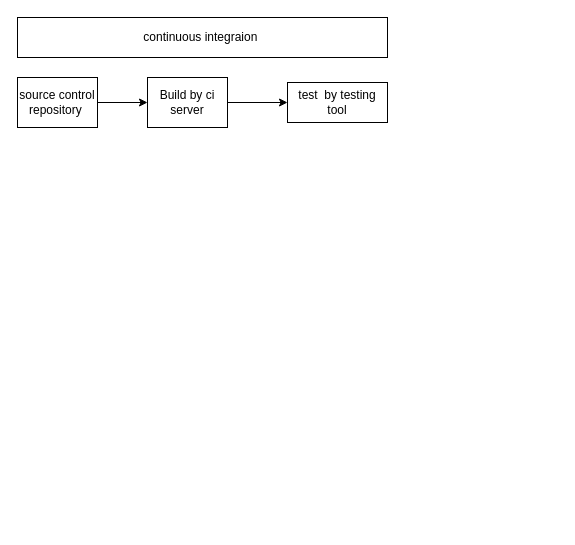
This is Untitled Diagram.drawio from sidhesh91/demo1, a draw.io file, before an edit. Source tidied: cells renumbered, new cells numbered last; positions are measured from the earlier drawing's top-left corner, leaving out a move shared by most shapes. Both pictures are drawn from the tidied source at 100%, with x=0, y=0 at pixel (17, 17).
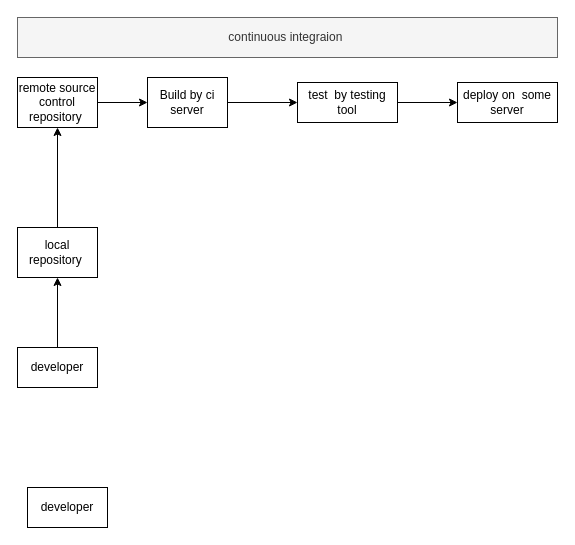
Above is the later version.

What changed in the source:
```diff
@@
 <mxGraphModel>
   <root>
     <mxCell id="0" />
     <mxCell id="1" parent="0" />
     <mxCell id="2" style="edgeStyle=orthogonalEdgeStyle;rounded=0;jettySize=auto;html=1;" parent="1" edge="1" source="3" target="5">
       <mxGeometry relative="1" as="geometry" />
     </mxCell>
-    <mxCell id="3" value="source control repository&amp;nbsp;" style="rounded=0;whiteSpace=wrap;html=1;" parent="1" vertex="1">
+    <mxCell id="3" value="remote source control repository&amp;nbsp;" style="rounded=0;whiteSpace=wrap;html=1;" parent="1" vertex="1">
       <mxGeometry y="60" width="80" height="50" as="geometry" />
     </mxCell>
     <mxCell id="4" style="edgeStyle=orthogonalEdgeStyle;rounded=0;jettySize=auto;html=1;" parent="1" edge="1" source="5" target="6">
       <mxGeometry relative="1" as="geometry" />
     </mxCell>
     <mxCell id="5" value="Build by ci server" style="rounded=0;whiteSpace=wrap;html=1;" parent="1" vertex="1">
       <mxGeometry x="130" y="60" width="80" height="50" as="geometry" />
     </mxCell>
+    <mxCell id="8" style="edgeStyle=orthogonalEdgeStyle;rounded=0;jettySize=auto;html=1;" parent="1" edge="1" source="6" target="9">
+      <mxGeometry relative="1" as="geometry" />
+    </mxCell>
     <mxCell id="6" value="test&amp;nbsp; by testing tool" style="rounded=0;whiteSpace=wrap;html=1;" parent="1" vertex="1">
-      <mxGeometry x="270" y="65" width="100" height="40" as="geometry" />
+      <mxGeometry x="280" y="65" width="100" height="40" as="geometry" />
     </mxCell>
-    <mxCell id="7" value="continuous integraion&amp;nbsp;" style="rounded=0;whiteSpace=wrap;html=1;" parent="1" vertex="1">
-      <mxGeometry width="370" height="40" as="geometry" />
+    <mxCell id="7" value="continuous integraion&amp;nbsp;" style="rounded=0;whiteSpace=wrap;html=1;fillColor=#f5f5f5;strokeColor=#666666;fontColor=#333333;" parent="1" vertex="1">
+      <mxGeometry width="540" height="40" as="geometry" />
     </mxCell>
+    <mxCell id="9" value="deploy on&amp;nbsp; some server" style="rounded=0;whiteSpace=wrap;html=1;" parent="1" vertex="1">
+      <mxGeometry x="440" y="65" width="100" height="40" as="geometry" />
+    </mxCell>
+    <mxCell id="10" style="edgeStyle=orthogonalEdgeStyle;rounded=0;jettySize=auto;html=1;" parent="1" edge="1" source="11" target="3">
+      <mxGeometry relative="1" as="geometry" />
+    </mxCell>
+    <mxCell id="11" value="local repository&amp;nbsp;" style="rounded=0;whiteSpace=wrap;html=1;" parent="1" vertex="1">
+      <mxGeometry y="210" width="80" height="50" as="geometry" />
+    </mxCell>
+    <mxCell id="12" style="edgeStyle=orthogonalEdgeStyle;rounded=0;jettySize=auto;html=1;" parent="1" edge="1" source="13" target="11">
+      <mxGeometry relative="1" as="geometry" />
+    </mxCell>
+    <mxCell id="13" value="developer" style="rounded=0;whiteSpace=wrap;html=1;" parent="1" vertex="1">
+      <mxGeometry y="330" width="80" height="40" as="geometry" />
+    </mxCell>
+    <mxCell id="14" value="developer" style="rounded=0;whiteSpace=wrap;html=1;" parent="1" vertex="1">
+      <mxGeometry x="10" y="470" width="80" height="40" as="geometry" />
+    </mxCell>
   </root>
 </mxGraphModel>
```
